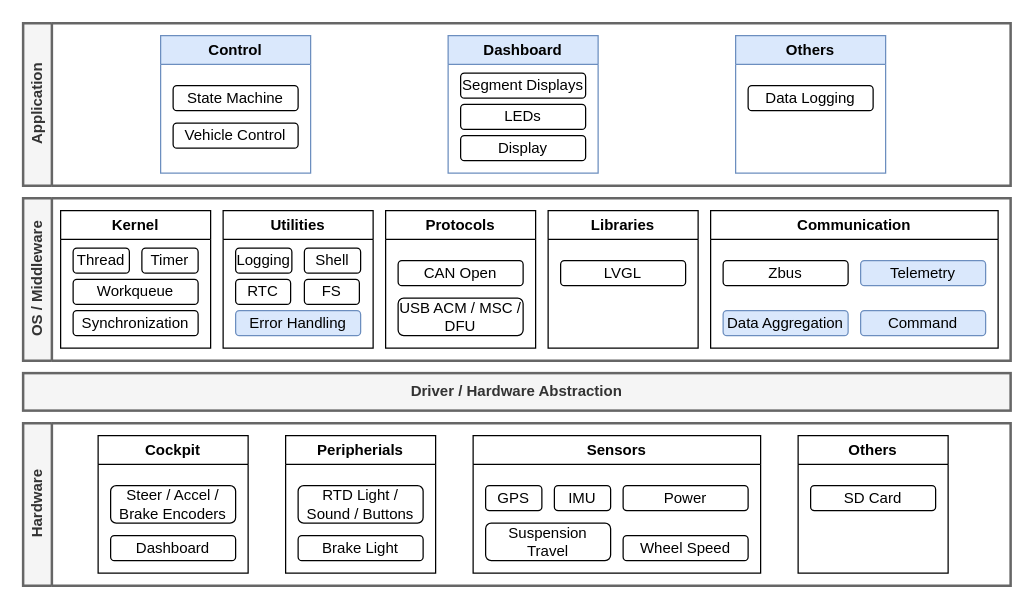
The draw.io diagram doc/_static/images/architecture.drawio in NTURacingTeam/nturt_zephyr_common, before the edit. Source tidied: cells renumbered, new cells numbered last; positions are measured from the earlier drawing's top-left corner, leaving out a move shared by most shapes. Both pictures are drawn from the tidied source at 125%, with x=0, y=0 at pixel (22, 22).
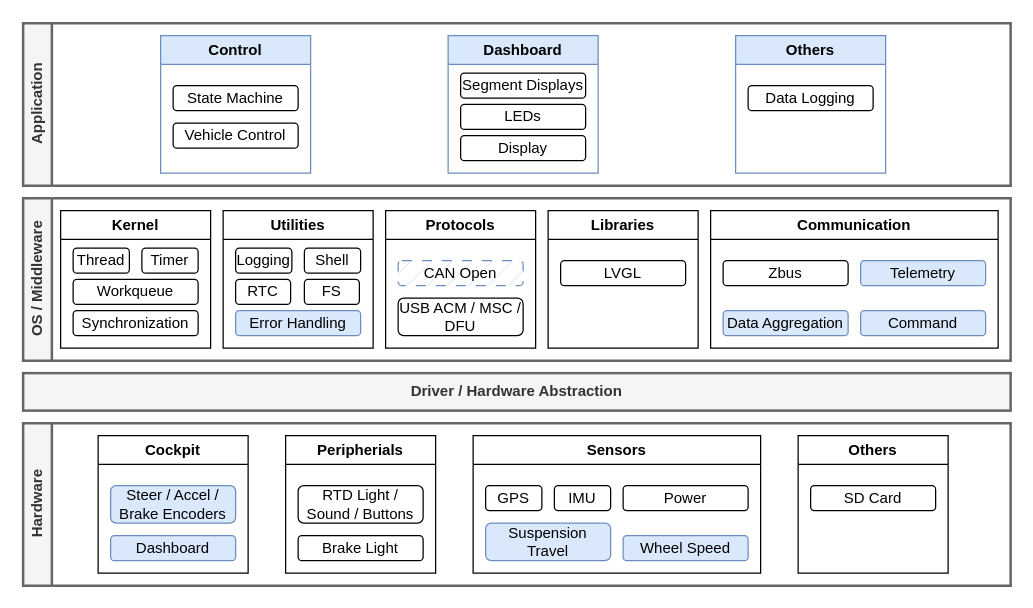
After the change.

Unchanged cells that the change refers to:
```xml
<mxCell id="3" value="Cockpit" style="swimlane;whiteSpace=wrap;html=1;shadow=0;" parent="2" vertex="1">
  <mxGeometry x="60" y="10" width="120" height="110" as="geometry" />
</mxCell>
<mxCell id="9" value="Sensors" style="swimlane;whiteSpace=wrap;html=1;" parent="2" vertex="1">
  <mxGeometry x="360" y="10" width="230" height="110" as="geometry" />
</mxCell>
<mxCell id="29" value="Protocols" style="swimlane;whiteSpace=wrap;html=1;startSize=23;" parent="17" vertex="1">
  <mxGeometry x="290" y="10" width="120" height="110" as="geometry" />
</mxCell>
```

Change to the diagram source:
```diff
@@
-    <mxCell id="4" value="Steer / Accel / Brake Encoders" style="rounded=1;whiteSpace=wrap;html=1;" parent="3" vertex="1">
+    <mxCell id="4" value="Steer / Accel / Brake Encoders" style="rounded=1;whiteSpace=wrap;html=1;fillColor=#dae8fc;strokeColor=#6c8ebf;" parent="3" vertex="1">
       <mxGeometry x="10" y="40" width="100" height="30" as="geometry" />
     </mxCell>
-    <mxCell id="5" value="Dashboard" style="rounded=1;whiteSpace=wrap;html=1;" parent="3" vertex="1">
+    <mxCell id="5" value="Dashboard" style="rounded=1;whiteSpace=wrap;html=1;fillColor=#dae8fc;strokeColor=#6c8ebf;" parent="3" vertex="1">
       <mxGeometry x="10" y="80" width="100" height="20" as="geometry" />
     </mxCell>
@@
-    <mxCell id="11" value="Suspension Travel" style="rounded=1;whiteSpace=wrap;html=1;" parent="9" vertex="1">
+    <mxCell id="11" value="Suspension Travel" style="rounded=1;whiteSpace=wrap;html=1;fillColor=#dae8fc;strokeColor=#6c8ebf;" parent="9" vertex="1">
       <mxGeometry x="10" y="70" width="100" height="30" as="geometry" />
     </mxCell>
@@
-    <mxCell id="14" value="Wheel Speed" style="rounded=1;whiteSpace=wrap;html=1;" parent="9" vertex="1">
+    <mxCell id="14" value="Wheel Speed" style="rounded=1;whiteSpace=wrap;html=1;fillColor=#dae8fc;strokeColor=#6c8ebf;" parent="9" vertex="1">
       <mxGeometry x="120" y="80" width="100" height="20" as="geometry" />
     </mxCell>
@@
-    <mxCell id="30" value="CAN Open" style="rounded=1;whiteSpace=wrap;html=1;fillStyle=auto;" parent="29" vertex="1">
+    <mxCell id="30" value="CAN Open" style="rounded=1;whiteSpace=wrap;html=1;fillStyle=hatch;fillColor=#dae8fc;strokeColor=#6c8ebf;dashed=1;dashPattern=8 8;" parent="29" vertex="1">
       <mxGeometry x="10" y="40" width="100" height="20" as="geometry" />
     </mxCell>
```
